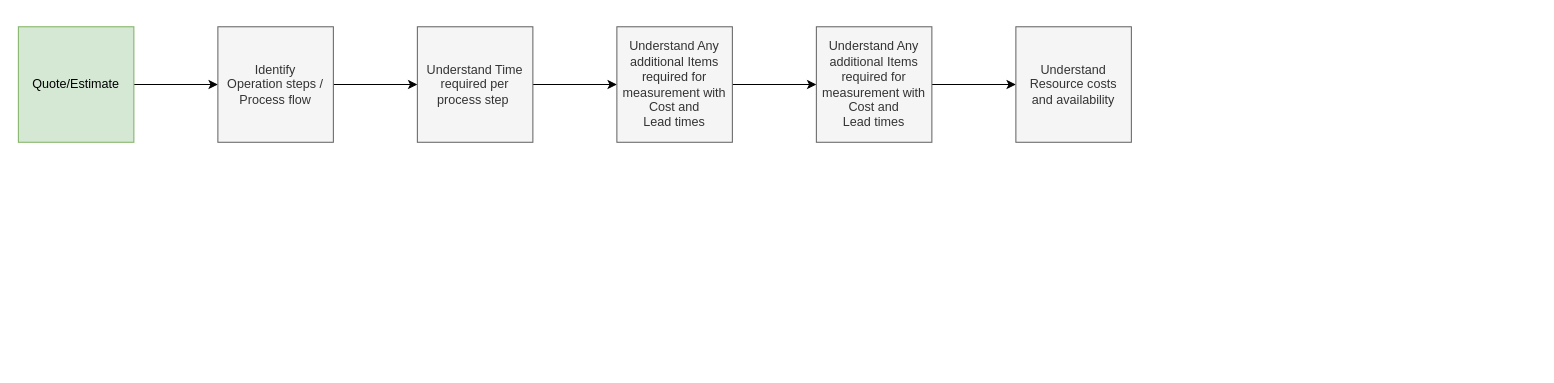
This is Flow.drawio from jmsrc92/Flows, a draw.io file, before an edit. Source tidied: cells renumbered, new cells numbered last; positions are measured from the earlier drawing's top-left corner, leaving out a move shared by most shapes. Both pictures are drawn from the tidied source at 105%, with x=0, y=0 at pixel (18, 26).
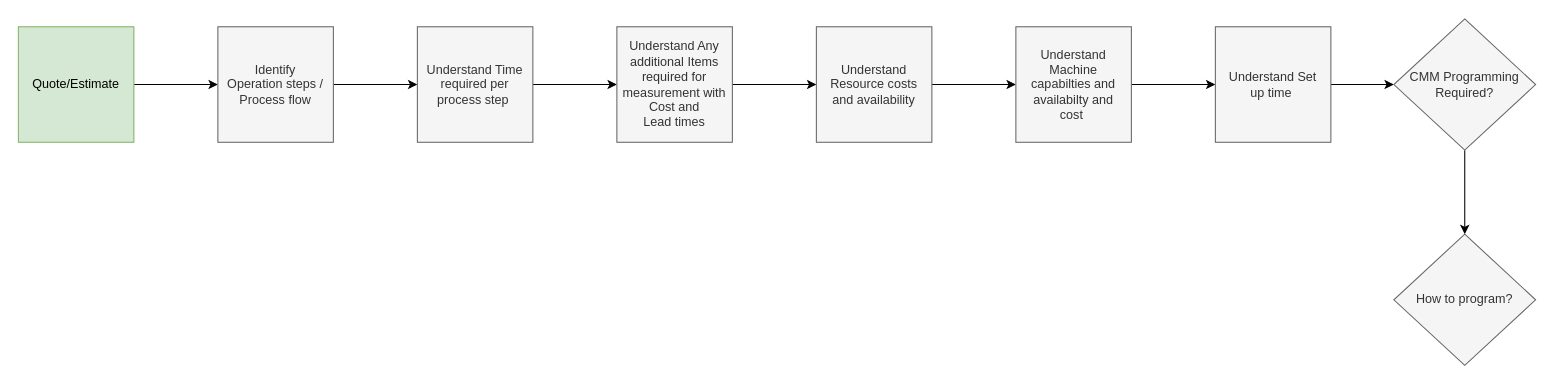
The same diagram, later.

The edit, as a diff of the source:
```diff
@@
 <mxGraphModel>
   <root>
     <mxCell id="0" />
     <mxCell id="1" parent="0" />
     <mxCell id="2" style="edgeStyle=orthogonalEdgeStyle;rounded=0;jettySize=auto;html=1;" parent="1" edge="1" source="3" target="5">
       <mxGeometry relative="1" as="geometry" />
     </mxCell>
     <mxCell id="3" value="Quote/Estimate" style="whiteSpace=wrap;html=1;fillColor=#d5e8d4;strokeColor=#82b366;" parent="1" vertex="1">
       <mxGeometry width="110" height="110" as="geometry" />
     </mxCell>
     <mxCell id="4" style="edgeStyle=orthogonalEdgeStyle;rounded=0;jettySize=auto;html=1;" parent="1" edge="1" source="5" target="7">
       <mxGeometry relative="1" as="geometry" />
     </mxCell>
     <mxCell id="5" value="Identify &lt;br/&gt;Operation steps / &lt;br/&gt;Process flow" style="whiteSpace=wrap;html=1;fillColor=#f5f5f5;strokeColor=#666666;fontColor=#333333;" parent="1" vertex="1">
       <mxGeometry x="190" width="110" height="110" as="geometry" />
     </mxCell>
     <mxCell id="6" style="edgeStyle=orthogonalEdgeStyle;rounded=0;jettySize=auto;html=1;" parent="1" edge="1" source="7" target="9">
       <mxGeometry relative="1" as="geometry" />
     </mxCell>
     <mxCell id="7" value="Understand Time &lt;br/&gt;required per &lt;br/&gt;process step&amp;nbsp;" style="whiteSpace=wrap;html=1;fillColor=#f5f5f5;strokeColor=#666666;fontColor=#333333;" parent="1" vertex="1">
       <mxGeometry x="380" width="110" height="110" as="geometry" />
     </mxCell>
     <mxCell id="8" style="edgeStyle=orthogonalEdgeStyle;rounded=0;jettySize=auto;html=1;" parent="1" edge="1" source="9" target="11">
       <mxGeometry relative="1" as="geometry" />
     </mxCell>
     <mxCell id="9" value="Understand Any additional Items required for measurement with Cost and &lt;br/&gt;Lead times" style="whiteSpace=wrap;html=1;fillColor=#f5f5f5;strokeColor=#666666;fontColor=#333333;" parent="1" vertex="1">
       <mxGeometry x="570" width="110" height="110" as="geometry" />
     </mxCell>
     <mxCell id="10" style="edgeStyle=orthogonalEdgeStyle;rounded=0;jettySize=auto;html=1;" parent="1" edge="1" source="11" target="12">
       <mxGeometry relative="1" as="geometry" />
     </mxCell>
-    <mxCell id="11" value="Understand Any additional Items required for measurement with Cost and &lt;br/&gt;Lead times" style="whiteSpace=wrap;html=1;fillColor=#f5f5f5;strokeColor=#666666;fontColor=#333333;" parent="1" vertex="1">
+    <mxCell id="11" value="Understand&lt;br&gt;Resource costs&lt;br&gt;and availability" style="whiteSpace=wrap;html=1;fillColor=#f5f5f5;strokeColor=#666666;fontColor=#333333;" parent="1" vertex="1">
       <mxGeometry x="760" width="110" height="110" as="geometry" />
     </mxCell>
+    <mxCell id="13" style="edgeStyle=orthogonalEdgeStyle;rounded=0;jettySize=auto;html=1;" parent="1" edge="1" source="12" target="15">
+      <mxGeometry relative="1" as="geometry" />
+    </mxCell>
-    <mxCell id="12" value="Understand &lt;br/&gt;Resource costs &lt;br/&gt;and availability" style="whiteSpace=wrap;html=1;fillColor=#f5f5f5;strokeColor=#666666;fontColor=#333333;" parent="1" vertex="1">
+    <mxCell id="12" value="Understand &lt;br/&gt;Machine &lt;br/&gt;capabilties and &lt;br/&gt;availabilty and &lt;br/&gt;cost&amp;nbsp;" style="whiteSpace=wrap;html=1;fillColor=#f5f5f5;strokeColor=#666666;fontColor=#333333;" parent="1" vertex="1">
       <mxGeometry x="950" width="110" height="110" as="geometry" />
     </mxCell>
+    <mxCell id="14" style="edgeStyle=orthogonalEdgeStyle;rounded=0;jettySize=auto;html=1;" parent="1" edge="1" source="15" target="17">
+      <mxGeometry relative="1" as="geometry" />
+    </mxCell>
+    <mxCell id="15" value="Understand Set &lt;br/&gt;up time&amp;nbsp;" style="whiteSpace=wrap;html=1;fillColor=#f5f5f5;strokeColor=#666666;fontColor=#333333;" parent="1" vertex="1">
+      <mxGeometry x="1140" width="110" height="110" as="geometry" />
+    </mxCell>
+    <mxCell id="16" style="edgeStyle=orthogonalEdgeStyle;rounded=0;jettySize=auto;html=1;" parent="1" edge="1" source="17" target="18">
+      <mxGeometry relative="1" as="geometry" />
+    </mxCell>
+    <mxCell id="17" value="CMM Programming Required?" style="rhombus;whiteSpace=wrap;html=1;fillColor=#f5f5f5;strokeColor=#666666;fontColor=#333333;" parent="1" vertex="1">
+      <mxGeometry x="1310" y="-7.5" width="135" height="125" as="geometry" />
+    </mxCell>
+    <mxCell id="18" value="How to program?" style="rhombus;whiteSpace=wrap;html=1;fillColor=#f5f5f5;strokeColor=#666666;fontColor=#333333;" parent="1" vertex="1">
+      <mxGeometry x="1310" y="197.5" width="135" height="125" as="geometry" />
+    </mxCell>
   </root>
 </mxGraphModel>
```
